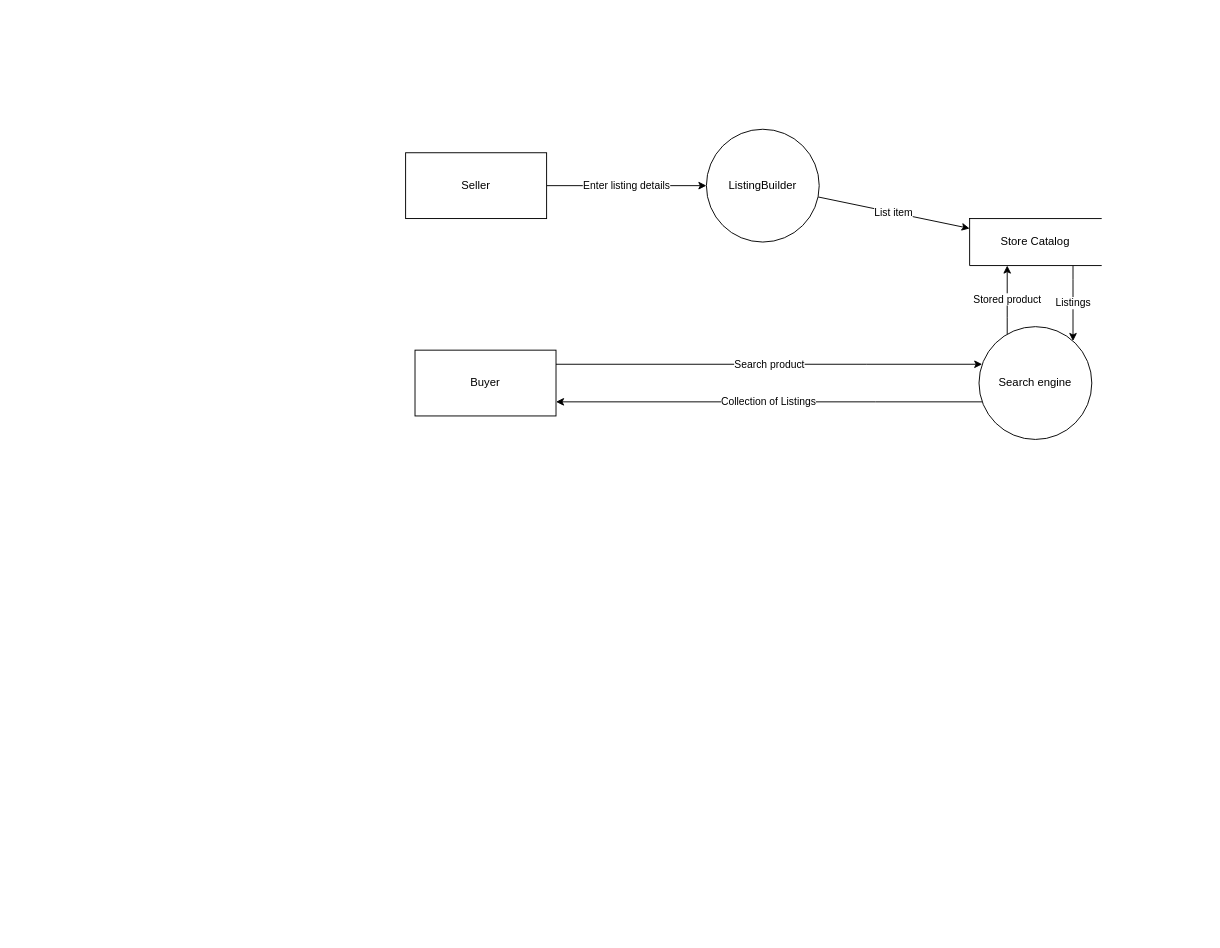
Before: diagrams/DataFlow.drawio in GrantODP/ITECA3-project, a draw.io diagram. Source tidied: cells renumbered, new cells numbered last; positions are measured from the earlier drawing's top-left corner, leaving out a move shared by most shapes. Both pictures are drawn from the tidied source at 94%, with x=0, y=0 at pixel (405, 129).
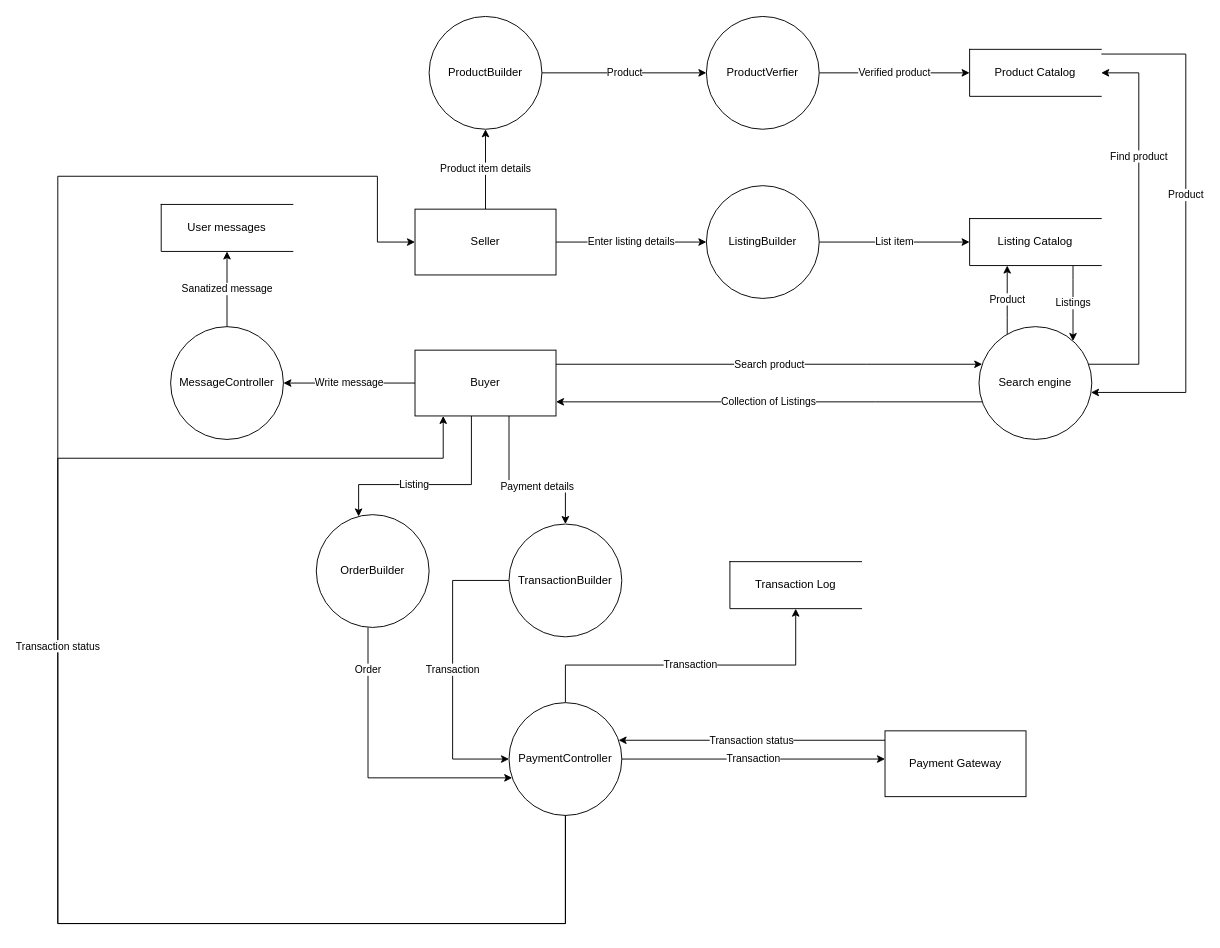
After the change.

The change refers to these unchanged cells:
```xml
<mxCell id="9" value="Buyer" style="html=1;dashed=0;whiteSpace=wrap;" parent="1" vertex="1">
  <mxGeometry x="10" y="235" width="150" height="70" as="geometry" />
</mxCell>
<mxCell id="12" value="Search engine" style="shape=ellipse;html=1;dashed=0;whiteSpace=wrap;perimeter=ellipsePerimeter;" parent="1" vertex="1">
  <mxGeometry x="610" y="210" width="120" height="120" as="geometry" />
</mxCell>
```

Change to the diagram source:
```diff
@@
-    <mxCell id="3" value="Store Catalog" style="html=1;dashed=0;whiteSpace=wrap;shape=partialRectangle;right=0;" parent="1" vertex="1">
+    <mxCell id="3" value="Listing Catalog" style="html=1;dashed=0;whiteSpace=wrap;shape=partialRectangle;right=0;" parent="1" vertex="1">
       <mxGeometry x="600" y="95" width="140" height="50" as="geometry" />
     </mxCell>
-    <mxCell id="4" value="List item" style="rounded=0;jettySize=auto;html=1;" parent="1" edge="1" source="5" target="3">
+    <mxCell id="4" value="List item" style="rounded=0;jettySize=auto;html=1;edgeStyle=orthogonalEdgeStyle;" parent="1" edge="1" source="5" target="3">
       <mxGeometry relative="1" as="geometry" />
     </mxCell>
     <mxCell id="5" value="ListingBuilder" style="shape=ellipse;html=1;dashed=0;whiteSpace=wrap;perimeter=ellipsePerimeter;" parent="1" vertex="1">
-      <mxGeometry x="320" width="120" height="120" as="geometry" />
+      <mxGeometry x="320" y="60" width="120" height="120" as="geometry" />
     </mxCell>
-    <mxCell id="6" value="Enter listing details" style="rounded=0;jettySize=auto;html=1;" parent="1" edge="1" source="7" target="5">
+    <mxCell id="6" value="Enter listing details" style="rounded=0;jettySize=auto;html=1;edgeStyle=orthogonalEdgeStyle;" parent="1" edge="1" source="7" target="5">
       <mxGeometry relative="1" as="geometry" />
     </mxCell>
+    <mxCell id="13" value="Product item details" style="edgeStyle=orthogonalEdgeStyle;rounded=0;jettySize=auto;html=1;" parent="1" edge="1" source="7" target="32">
+      <mxGeometry relative="1" as="geometry">
+        <Array as="points">
+          <mxPoint x="85" y="-60" />
+        </Array>
+      </mxGeometry>
+    </mxCell>
     <mxCell id="7" value="Seller" style="html=1;dashed=0;whiteSpace=wrap;" parent="1" vertex="1">
-      <mxGeometry y="25" width="150" height="70" as="geometry" />
+      <mxGeometry x="10" y="85" width="150" height="70" as="geometry" />
     </mxCell>
@@
+    <mxCell id="14" value="Write message" style="rounded=0;jettySize=auto;html=1;" parent="1" edge="1" source="9" target="19">
+      <mxGeometry relative="1" as="geometry" />
+    </mxCell>
+    <mxCell id="15" value="Listing" style="rounded=0;jettySize=auto;html=1;edgeStyle=orthogonalEdgeStyle;" parent="1" edge="1" source="9" target="27">
+      <mxGeometry x="0.19" relative="1" as="geometry">
+        <Array as="points">
+          <mxPoint x="70" y="378" />
+          <mxPoint x="-50" y="378" />
+        </Array>
+        <mxPoint x="1" as="offset" />
+      </mxGeometry>
+    </mxCell>
+    <mxCell id="16" value="&lt;span style=&quot;color: rgb(0, 0, 0); font-family: Helvetica; font-size: 11px; font-style: normal; font-variant-ligatures: normal; font-variant-caps: normal; font-weight: 400; letter-spacing: normal; orphans: 2; text-align: center; text-indent: 0px; text-transform: none; widows: 2; word-spacing: 0px; -webkit-text-stroke-width: 0px; white-space: nowrap; background-color: rgb(255, 255, 255); text-decoration-thickness: initial; text-decoration-style: initial; text-decoration-color: initial; display: inline !important; float: none;&quot;&gt;Payment details&lt;/span&gt;" style="edgeStyle=orthogonalEdgeStyle;rounded=0;jettySize=auto;html=1;" parent="1" edge="1" source="9" target="37">
+      <mxGeometry x="0.2" relative="1" as="geometry">
+        <Array as="points">
+          <mxPoint x="110" y="380" />
+          <mxPoint x="170" y="380" />
+        </Array>
+      </mxGeometry>
+    </mxCell>
@@
-    <mxCell id="10" value="Stored product" style="rounded=0;jettySize=auto;html=1;edgeStyle=orthogonalEdgeStyle;" parent="1" edge="1" source="12" target="3">
+    <mxCell id="10" value="Product" style="rounded=0;jettySize=auto;html=1;edgeStyle=orthogonalEdgeStyle;" parent="1" edge="1" source="12" target="3">
       <mxGeometry relative="1" as="geometry">
         <Array as="points">
           <mxPoint x="640" y="200" />
           <mxPoint x="640" y="200" />
         </Array>
       </mxGeometry>
     </mxCell>
@@
+    <mxCell id="17" value="Find product" style="edgeStyle=orthogonalEdgeStyle;rounded=0;jettySize=auto;html=1;entryX=1;entryY=0.5;entryDx=0;entryDy=0;" parent="1" edge="1" source="12" target="34">
+      <mxGeometry x="0.36" relative="1" as="geometry">
+        <Array as="points">
+          <mxPoint x="780" y="250" />
+          <mxPoint x="780" y="-60" />
+        </Array>
+      </mxGeometry>
+    </mxCell>
@@
+    <mxCell id="18" value="Sanatized message" style="rounded=0;jettySize=auto;html=1;" parent="1" edge="1" source="19" target="20">
+      <mxGeometry relative="1" as="geometry" />
+    </mxCell>
+    <mxCell id="19" value="MessageController" style="shape=ellipse;html=1;dashed=0;whiteSpace=wrap;perimeter=ellipsePerimeter;" parent="1" vertex="1">
+      <mxGeometry x="-250" y="210" width="120" height="120" as="geometry" />
+    </mxCell>
+    <mxCell id="20" value="User messages" style="html=1;dashed=0;whiteSpace=wrap;shape=partialRectangle;right=0;" parent="1" vertex="1">
+      <mxGeometry x="-260" y="80" width="140" height="50" as="geometry" />
+    </mxCell>
+    <mxCell id="21" value="Transaction" style="edgeStyle=orthogonalEdgeStyle;rounded=0;jettySize=auto;html=1;" parent="1" edge="1" source="23" target="25">
+      <mxGeometry relative="1" as="geometry">
+        <Array as="points">
+          <mxPoint x="170" y="570" />
+        </Array>
+      </mxGeometry>
+    </mxCell>
+    <mxCell id="22" value="Transaction" style="edgeStyle=orthogonalEdgeStyle;rounded=0;jettySize=auto;html=1;" parent="1" edge="1" source="23" target="29">
+      <mxGeometry relative="1" as="geometry">
+        <Array as="points">
+          <mxPoint x="370" y="670" />
+          <mxPoint x="370" y="670" />
+        </Array>
+      </mxGeometry>
+    </mxCell>
+    <mxCell id="23" value="PaymentController" style="shape=ellipse;html=1;dashed=0;whiteSpace=wrap;perimeter=ellipsePerimeter;" parent="1" vertex="1">
+      <mxGeometry x="110" y="610" width="120" height="120" as="geometry" />
+    </mxCell>
+    <mxCell id="24" style="edgeStyle=orthogonalEdgeStyle;rounded=0;jettySize=auto;html=1;" parent="1" edge="1" source="23" target="9">
+      <mxGeometry relative="1" as="geometry">
+        <Array as="points">
+          <mxPoint x="170" y="845" />
+          <mxPoint x="-370" y="845" />
+          <mxPoint x="-370" y="350" />
+          <mxPoint x="40" y="350" />
+        </Array>
+      </mxGeometry>
+    </mxCell>
+    <mxCell id="25" value="Transaction Log" style="html=1;dashed=0;whiteSpace=wrap;shape=partialRectangle;right=0;" parent="1" vertex="1">
+      <mxGeometry x="345" y="460" width="140" height="50" as="geometry" />
+    </mxCell>
+    <mxCell id="26" value="Order" style="edgeStyle=orthogonalEdgeStyle;rounded=0;jettySize=auto;html=1;" parent="1" edge="1" source="27" target="23">
+      <mxGeometry x="-0.71" relative="1" as="geometry">
+        <Array as="points">
+          <mxPoint x="-40" y="690" />
+        </Array>
+      </mxGeometry>
+    </mxCell>
+    <mxCell id="27" value="OrderBuilder" style="shape=ellipse;html=1;dashed=0;whiteSpace=wrap;perimeter=ellipsePerimeter;" parent="1" vertex="1">
+      <mxGeometry x="-95" y="410" width="120" height="120" as="geometry" />
+    </mxCell>
+    <mxCell id="28" value="Transaction status" style="edgeStyle=orthogonalEdgeStyle;rounded=0;jettySize=auto;html=1;" parent="1" edge="1" source="29" target="23">
+      <mxGeometry relative="1" as="geometry">
+        <Array as="points">
+          <mxPoint x="370" y="650" />
+          <mxPoint x="370" y="650" />
+        </Array>
+      </mxGeometry>
+    </mxCell>
+    <mxCell id="29" value="Payment Gateway" style="html=1;dashed=0;whiteSpace=wrap;" parent="1" vertex="1">
+      <mxGeometry x="510" y="640" width="150" height="70" as="geometry" />
+    </mxCell>
+    <mxCell id="30" value="Verified product" style="edgeStyle=orthogonalEdgeStyle;rounded=0;jettySize=auto;html=1;" parent="1" edge="1" source="35" target="34">
+      <mxGeometry relative="1" as="geometry" />
+    </mxCell>
+    <mxCell id="31" value="Product" style="edgeStyle=orthogonalEdgeStyle;rounded=0;jettySize=auto;html=1;" parent="1" edge="1" source="32" target="35">
+      <mxGeometry relative="1" as="geometry" />
+    </mxCell>
+    <mxCell id="32" value="ProductBuilder" style="shape=ellipse;html=1;dashed=0;whiteSpace=wrap;perimeter=ellipsePerimeter;" parent="1" vertex="1">
+      <mxGeometry x="25" y="-120" width="120" height="120" as="geometry" />
+    </mxCell>
+    <mxCell id="33" value="Product" style="edgeStyle=orthogonalEdgeStyle;rounded=0;jettySize=auto;html=1;" parent="1" edge="1" source="34" target="12">
+      <mxGeometry x="-0.13" relative="1" as="geometry">
+        <Array as="points">
+          <mxPoint x="830" y="-80" />
+          <mxPoint x="830" y="280" />
+        </Array>
+      </mxGeometry>
+    </mxCell>
+    <mxCell id="34" value="Product Catalog" style="html=1;dashed=0;whiteSpace=wrap;shape=partialRectangle;right=0;" parent="1" vertex="1">
+      <mxGeometry x="600" y="-85" width="140" height="50" as="geometry" />
+    </mxCell>
+    <mxCell id="35" value="ProductVerfier" style="shape=ellipse;html=1;dashed=0;whiteSpace=wrap;perimeter=ellipsePerimeter;" parent="1" vertex="1">
+      <mxGeometry x="320" y="-120" width="120" height="120" as="geometry" />
+    </mxCell>
+    <mxCell id="36" value="Transaction" style="edgeStyle=orthogonalEdgeStyle;rounded=0;jettySize=auto;html=1;" parent="1" edge="1" source="37" target="23">
+      <mxGeometry relative="1" as="geometry">
+        <Array as="points">
+          <mxPoint x="50" y="480" />
+          <mxPoint x="50" y="670" />
+        </Array>
+      </mxGeometry>
+    </mxCell>
+    <mxCell id="37" value="TransactionBuilder" style="shape=ellipse;html=1;dashed=0;whiteSpace=wrap;perimeter=ellipsePerimeter;" parent="1" vertex="1">
+      <mxGeometry x="110" y="420" width="120" height="120" as="geometry" />
+    </mxCell>
+    <mxCell id="38" value="Transaction status" style="edgeStyle=orthogonalEdgeStyle;rounded=0;jettySize=auto;html=1;" parent="1" edge="1" source="23" target="7">
+      <mxGeometry relative="1" as="geometry">
+        <Array as="points">
+          <mxPoint x="170" y="845" />
+          <mxPoint x="-370" y="845" />
+          <mxPoint x="-370" y="50" />
+          <mxPoint x="-30" y="50" />
+          <mxPoint x="-30" y="120" />
+        </Array>
+      </mxGeometry>
+    </mxCell>
```
